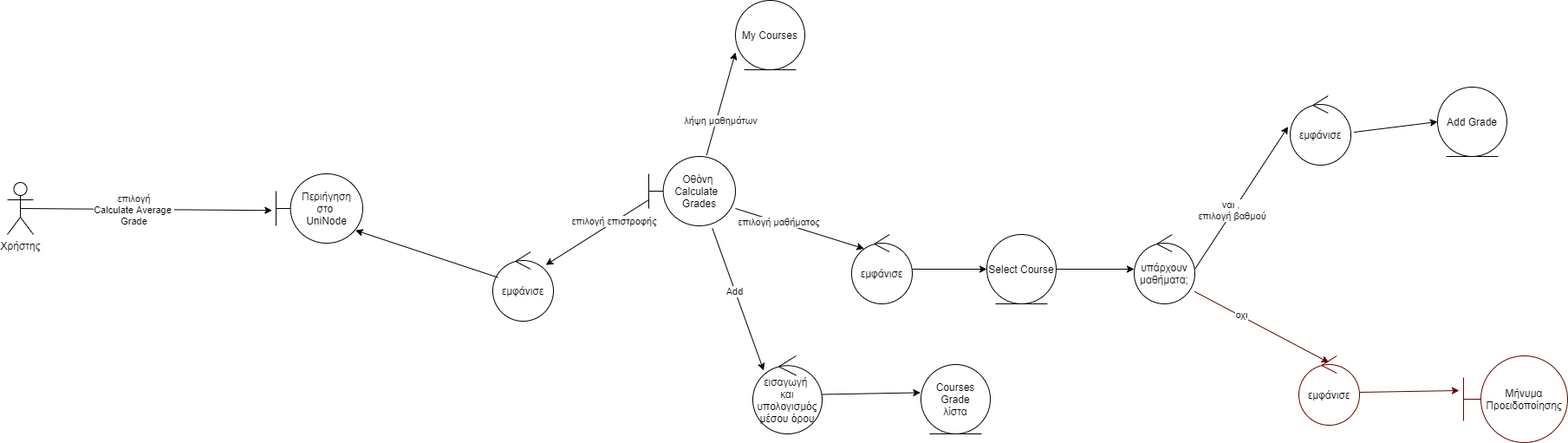
This is CalculateAverageGrade.png from aflorentia/uniNode, a draw.io export, as it was before one commit. Source tidied: cells renumbered, new cells last; positions are measured from the earlier drawing's top-left corner, leaving out a move shared by most shapes.
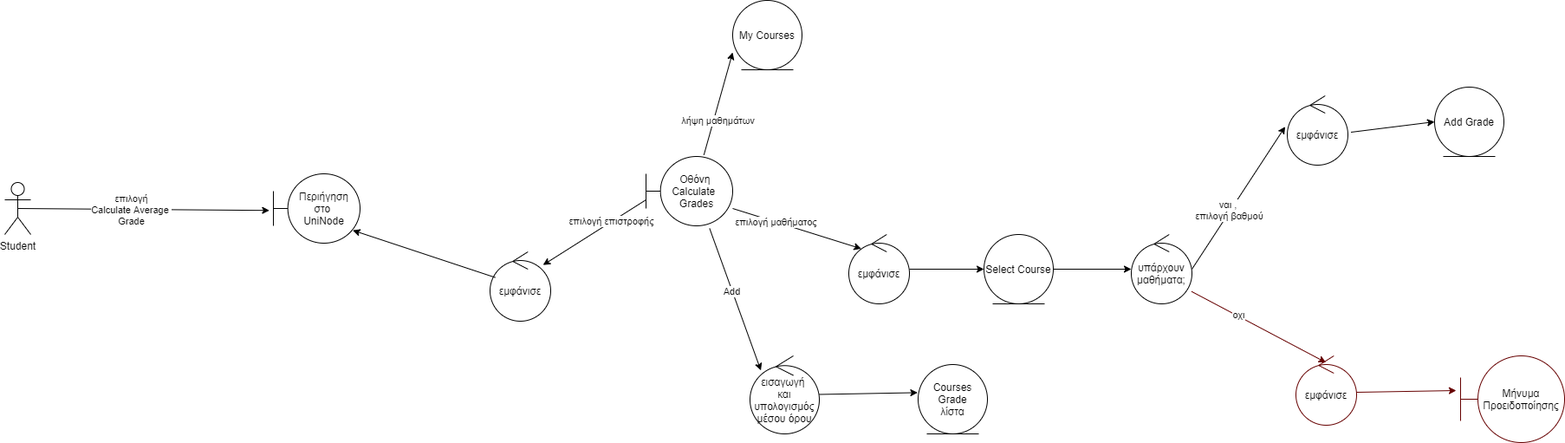
Above is the later version.

The edit, as a diff of the source:
```diff
@@ -97,7 +97,7 @@
     <mxCell id="32" style="endArrow=classic;html=1;strokeColor=#000000;exitX=0.086;exitY=0.37;exitDx=0;exitDy=0;exitPerimeter=0;entryX=0.916;entryY=0.815;entryDx=0;entryDy=0;entryPerimeter=0;" parent="1" edge="1" source="30" target="31">
       <mxGeometry relative="1" as="geometry" />
     </mxCell>
-    <mxCell id="33" value="Χρήστης" style="shape=umlActor;verticalLabelPosition=bottom;verticalAlign=top;html=1;outlineConnect=0;" parent="1" vertex="1">
+    <mxCell id="33" value="Student" style="shape=umlActor;verticalLabelPosition=bottom;verticalAlign=top;html=1;outlineConnect=0;" parent="1" vertex="1">
       <mxGeometry y="210" width="30" height="60" as="geometry" />
     </mxCell>
     <mxCell id="34" style="endArrow=classic;html=1;exitX=0.5;exitY=0.5;exitDx=0;exitDy=0;exitPerimeter=0;entryX=-0.046;entryY=0.528;entryDx=0;entryDy=0;entryPerimeter=0;" parent="1" edge="1" source="33" target="31">
```
